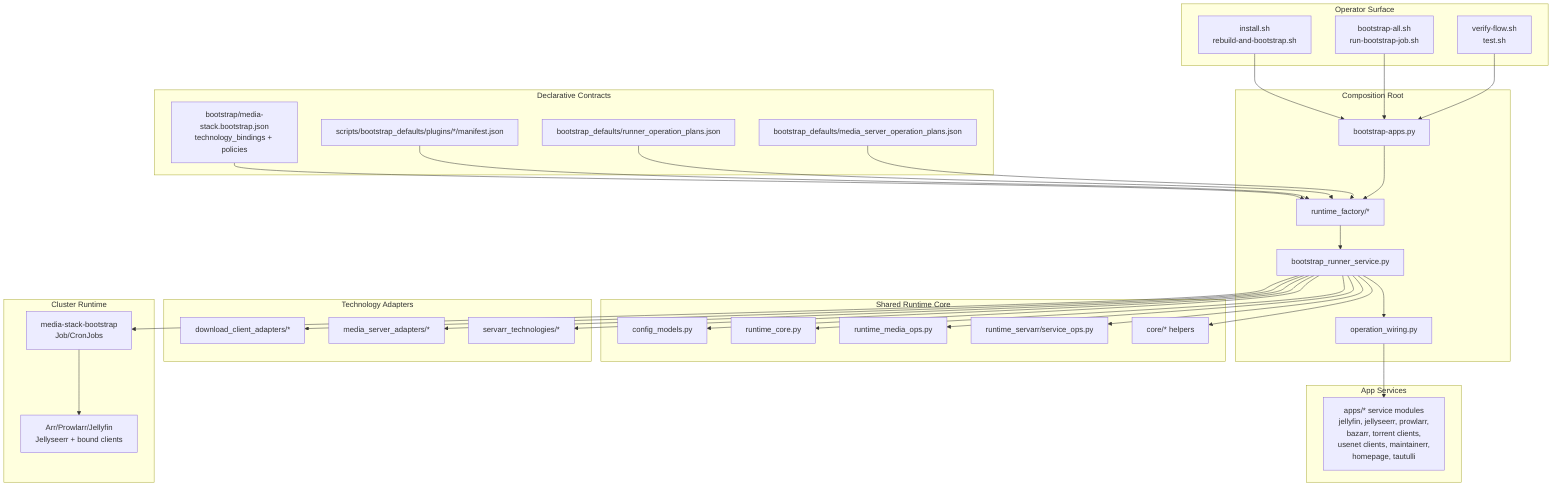
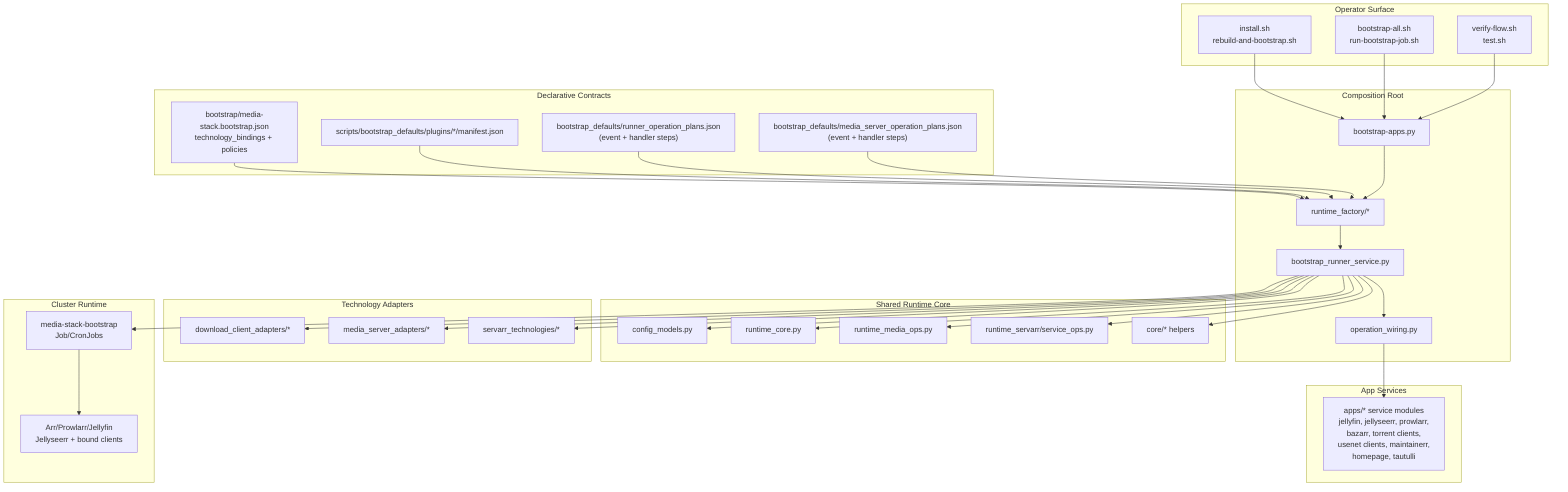
flowchart TD
  subgraph Operators[Operator Surface]
    SH1["install.sh\nrebuild-and-bootstrap.sh"]
    SH2["bootstrap-all.sh\nrun-bootstrap-job.sh"]
    SH3["verify-flow.sh\ntest.sh"]
  end

  subgraph Contracts[Declarative Contracts]
    CFG["bootstrap/media-stack.bootstrap.json\ntechnology_bindings + policies"]
    PM["scripts/bootstrap_defaults/plugins/*/manifest.json"]
-     RPLAN["bootstrap_defaults/runner_operation_plans.json"]
-     MPLAN["bootstrap_defaults/media_server_operation_plans.json"]
+     RPLAN["bootstrap_defaults/runner_operation_plans.json\n(event + handler steps)"]
+     MPLAN["bootstrap_defaults/media_server_operation_plans.json\n(event + handler steps)"]
  end

  subgraph Entry[Composition Root]
    MAIN["bootstrap-apps.py"]
    RF["runtime_factory/*"]
    RUN["bootstrap_runner_service.py"]
    WIRE["operation_wiring.py"]
  end

  subgraph Core[Shared Runtime Core]
    CFGM["config_models.py"]
    CORE_RT["runtime_core.py"]
    MED["runtime_media_ops.py"]
    ARR["runtime_servarr/service_ops.py"]
    LIB["core/* helpers"]
  end

  subgraph Adapters[Technology Adapters]
    DL["download_client_adapters/*"]
    MS["media_server_adapters/*"]
    SA["servarr_technologies/*"]
  end

  subgraph AppSvc[App Services]
    APPMOD["apps/* service modules\njellyfin, jellyseerr, prowlarr,\nbazarr, torrent clients,\nusenet clients, maintainerr,\nhomepage, tautulli"]
  end

  subgraph Runtime[Cluster Runtime]
    JOB["media-stack-bootstrap\nJob/CronJobs"]
    APPS["Arr/Prowlarr/Jellyfin\nJellyseerr + bound clients"]
  end

  SH1 --> MAIN
  SH2 --> MAIN
  SH3 --> MAIN

  CFG --> RF
  PM --> RF
  RPLAN --> RF
  MPLAN --> RF

  MAIN --> RF --> RUN --> WIRE

  RUN --> CFGM
  RUN --> CORE_RT
  RUN --> MED
  RUN --> ARR
  RUN --> LIB

  RUN --> DL
  RUN --> MS
  RUN --> SA

  WIRE --> APPMOD

  RUN --> JOB --> APPS
